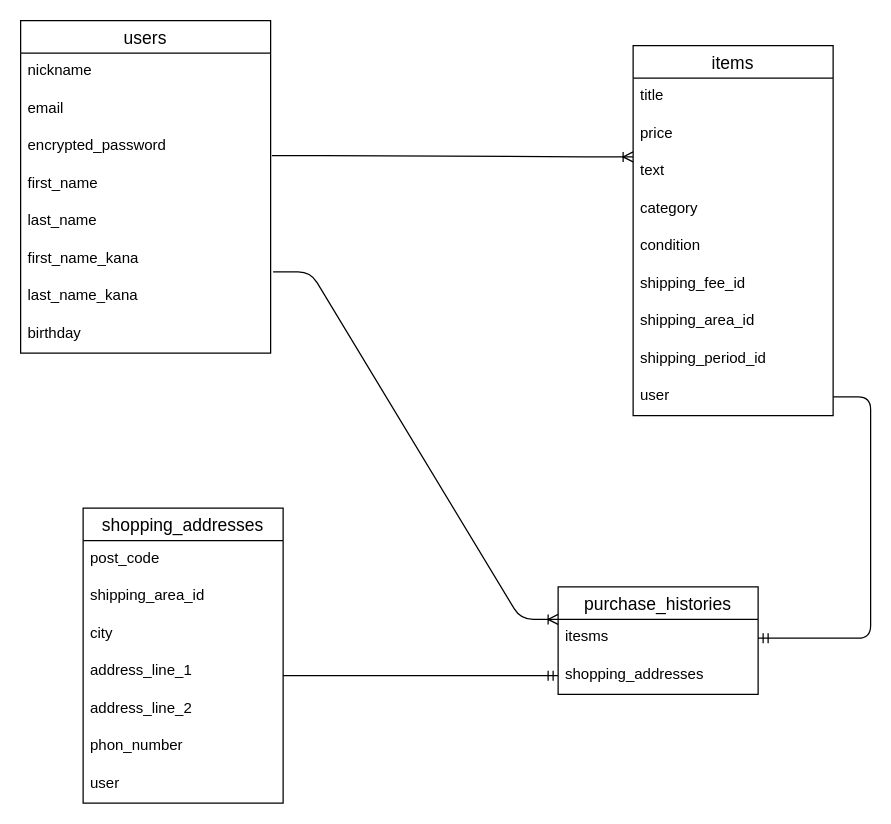
Earlier version of the draw.io diagram furima_ER.dio (Ueta0709/furima-38459). Source tidied: cells renumbered, new cells numbered last; positions are measured from the earlier drawing's top-left corner, leaving out a move shared by most shapes. Both pictures are drawn from the tidied source at 125%, with x=0, y=0 at pixel (20, 20).
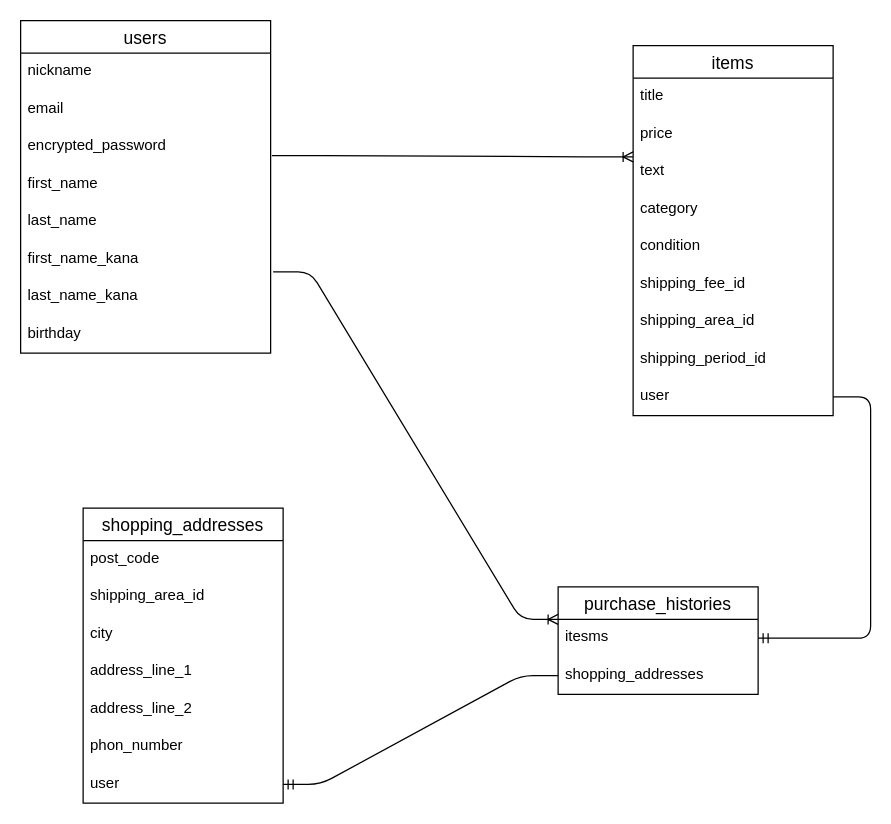
The same diagram, later.

Unchanged cells that the change refers to:
```xml
<mxCell id="29" value="user" style="text;strokeColor=none;fillColor=none;spacingLeft=4;spacingRight=4;overflow=hidden;points=[[0,0.5],[1,0.5]];portConstraint=eastwest;fontSize=12;" parent="22" vertex="1">
  <mxGeometry y="206" width="160" height="30" as="geometry" />
</mxCell>
<mxCell id="32" value="shopping_addresses&#10;" style="text;strokeColor=none;fillColor=none;spacingLeft=4;spacingRight=4;overflow=hidden;points=[[0,0.5],[1,0.5]];portConstraint=eastwest;fontSize=12;" parent="30" vertex="1">
  <mxGeometry y="56" width="160" height="30" as="geometry" />
</mxCell>
```

What changed in the source:
```diff
@@
-    <mxCell id="35" style="edgeStyle=entityRelationEdgeStyle;fontSize=12;html=1;endArrow=ERmandOne;entryX=0;entryY=0.5;entryDx=0;entryDy=0;" parent="1" edge="1" target="32">
-      <mxGeometry relative="1" as="geometry">
-        <mxPoint x="210" y="524" as="sourcePoint" />
-      </mxGeometry>
+    <mxCell id="35" style="edgeStyle=entityRelationEdgeStyle;fontSize=12;html=1;endArrow=ERmandOne;exitX=0;exitY=0.5;exitDx=0;exitDy=0;" parent="1" edge="1" source="32" target="29">
+      <mxGeometry relative="1" as="geometry" />
     </mxCell>
```
